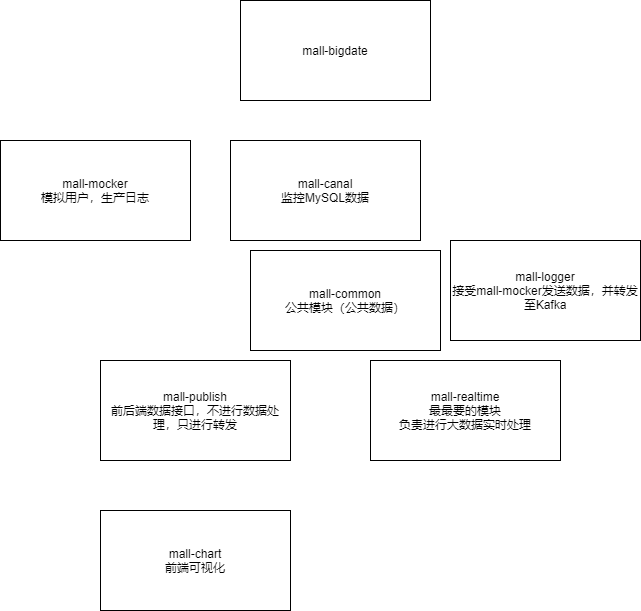
Before: 分模块功能.png, a diagram exported from draw.io (dyzcs/mall-2020). Source tidied: cells renumbered, new cells last; positions are measured from the earlier drawing's top-left corner, leaving out a move shared by most shapes. Its diagram source:
```xml
<mxGraphModel>
  <root>
    <mxCell id="0" />
    <mxCell id="1" parent="0" />
    <mxCell id="2" value="mall-bigdate" style="rounded=0;whiteSpace=wrap;html=1;" parent="1" vertex="1">
      <mxGeometry x="240" width="190" height="100" as="geometry" />
    </mxCell>
    <mxCell id="3" value="mall-mocker&lt;br&gt;模拟用户，生产日志" style="rounded=0;whiteSpace=wrap;html=1;" parent="1" vertex="1">
      <mxGeometry y="140" width="190" height="100" as="geometry" />
    </mxCell>
    <mxCell id="4" value="mall-canal&lt;br&gt;监控MySQL数据" style="rounded=0;whiteSpace=wrap;html=1;" parent="1" vertex="1">
      <mxGeometry x="230" y="140" width="190" height="100" as="geometry" />
    </mxCell>
    <mxCell id="5" value="mall-chart&lt;br&gt;前端可视化" style="rounded=0;whiteSpace=wrap;html=1;" parent="1" vertex="1">
      <mxGeometry x="100" y="510" width="190" height="100" as="geometry" />
    </mxCell>
    <mxCell id="6" value="mall-common&lt;br&gt;公共模块（公共数据）" style="rounded=0;whiteSpace=wrap;html=1;" parent="1" vertex="1">
      <mxGeometry x="250" y="250" width="190" height="100" as="geometry" />
    </mxCell>
    <mxCell id="7" value="mall-logger&lt;br&gt;接受mall-mocker发送数据，并转发至Kafka" style="rounded=0;whiteSpace=wrap;html=1;" parent="1" vertex="1">
      <mxGeometry x="450" y="240" width="190" height="100" as="geometry" />
    </mxCell>
    <mxCell id="8" value="mall-publish&lt;br&gt;前后端数据接口，不进行数据处理，只进行转发" style="rounded=0;whiteSpace=wrap;html=1;" parent="1" vertex="1">
      <mxGeometry x="100" y="360" width="190" height="100" as="geometry" />
    </mxCell>
    <mxCell id="9" value="mall-realtime&lt;br&gt;最最要的模块&lt;br&gt;负责进行大数据实时处理" style="rounded=0;whiteSpace=wrap;html=1;" parent="1" vertex="1">
      <mxGeometry x="370" y="360" width="190" height="100" as="geometry" />
    </mxCell>
  </root>
</mxGraphModel>
```
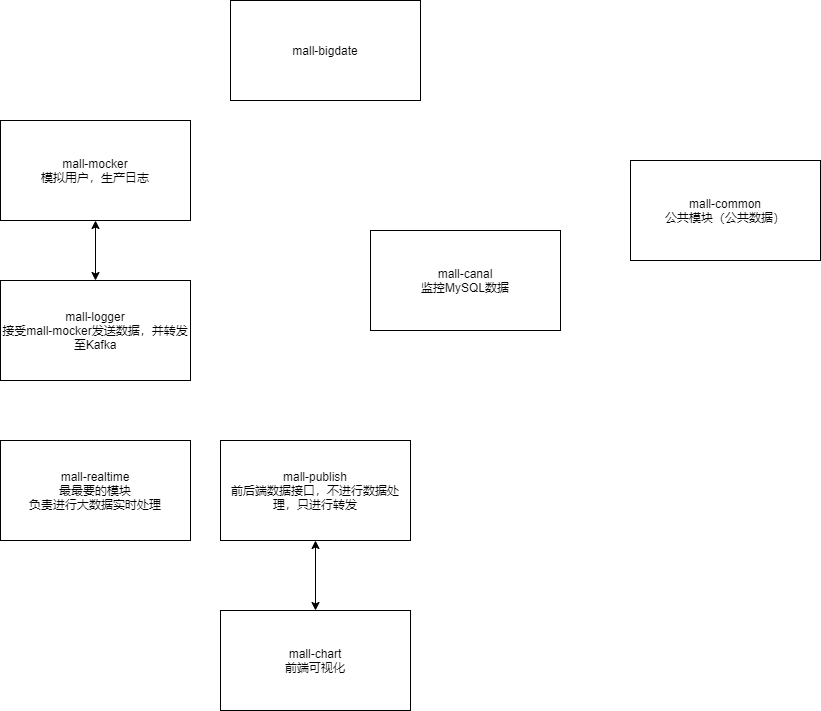
Later version of the same file.

Commit message:
更新分模块功能.png

What changed in the source:
```diff
@@ -3,28 +3,34 @@
     <mxCell id="0" />
     <mxCell id="1" parent="0" />
     <mxCell id="2" value="mall-bigdate" style="rounded=0;whiteSpace=wrap;html=1;" parent="1" vertex="1">
-      <mxGeometry x="240" width="190" height="100" as="geometry" />
+      <mxGeometry x="110" y="-40" width="190" height="100" as="geometry" />
     </mxCell>
     <mxCell id="3" value="mall-mocker&lt;br&gt;模拟用户，生产日志" style="rounded=0;whiteSpace=wrap;html=1;" parent="1" vertex="1">
-      <mxGeometry y="140" width="190" height="100" as="geometry" />
+      <mxGeometry x="-120" y="80" width="190" height="100" as="geometry" />
     </mxCell>
     <mxCell id="4" value="mall-canal&lt;br&gt;监控MySQL数据" style="rounded=0;whiteSpace=wrap;html=1;" parent="1" vertex="1">
-      <mxGeometry x="230" y="140" width="190" height="100" as="geometry" />
+      <mxGeometry x="250" y="190" width="190" height="100" as="geometry" />
     </mxCell>
     <mxCell id="5" value="mall-chart&lt;br&gt;前端可视化" style="rounded=0;whiteSpace=wrap;html=1;" parent="1" vertex="1">
-      <mxGeometry x="100" y="510" width="190" height="100" as="geometry" />
+      <mxGeometry x="100" y="570" width="190" height="100" as="geometry" />
     </mxCell>
     <mxCell id="6" value="mall-common&lt;br&gt;公共模块（公共数据）" style="rounded=0;whiteSpace=wrap;html=1;" parent="1" vertex="1">
-      <mxGeometry x="250" y="250" width="190" height="100" as="geometry" />
+      <mxGeometry x="510" y="120" width="190" height="100" as="geometry" />
     </mxCell>
     <mxCell id="7" value="mall-logger&lt;br&gt;接受mall-mocker发送数据，并转发至Kafka" style="rounded=0;whiteSpace=wrap;html=1;" parent="1" vertex="1">
-      <mxGeometry x="450" y="240" width="190" height="100" as="geometry" />
+      <mxGeometry x="-120" y="240" width="190" height="100" as="geometry" />
     </mxCell>
     <mxCell id="8" value="mall-publish&lt;br&gt;前后端数据接口，不进行数据处理，只进行转发" style="rounded=0;whiteSpace=wrap;html=1;" parent="1" vertex="1">
-      <mxGeometry x="100" y="360" width="190" height="100" as="geometry" />
+      <mxGeometry x="100" y="400" width="190" height="100" as="geometry" />
     </mxCell>
     <mxCell id="9" value="mall-realtime&lt;br&gt;最最要的模块&lt;br&gt;负责进行大数据实时处理" style="rounded=0;whiteSpace=wrap;html=1;" parent="1" vertex="1">
-      <mxGeometry x="370" y="360" width="190" height="100" as="geometry" />
+      <mxGeometry x="-120" y="400" width="190" height="100" as="geometry" />
     </mxCell>
+    <mxCell id="10" style="endArrow=classic;startArrow=classic;html=1;entryX=0.5;entryY=1;entryDx=0;entryDy=0;exitX=0.5;exitY=0;exitDx=0;exitDy=0;" parent="1" edge="1" source="5" target="8">
+      <mxGeometry relative="1" as="geometry" />
+    </mxCell>
+    <mxCell id="11" style="endArrow=classic;startArrow=classic;html=1;exitX=0.5;exitY=1;exitDx=0;exitDy=0;" parent="1" edge="1" source="3" target="7">
+      <mxGeometry relative="1" as="geometry" />
+    </mxCell>
   </root>
 </mxGraphModel>
```
